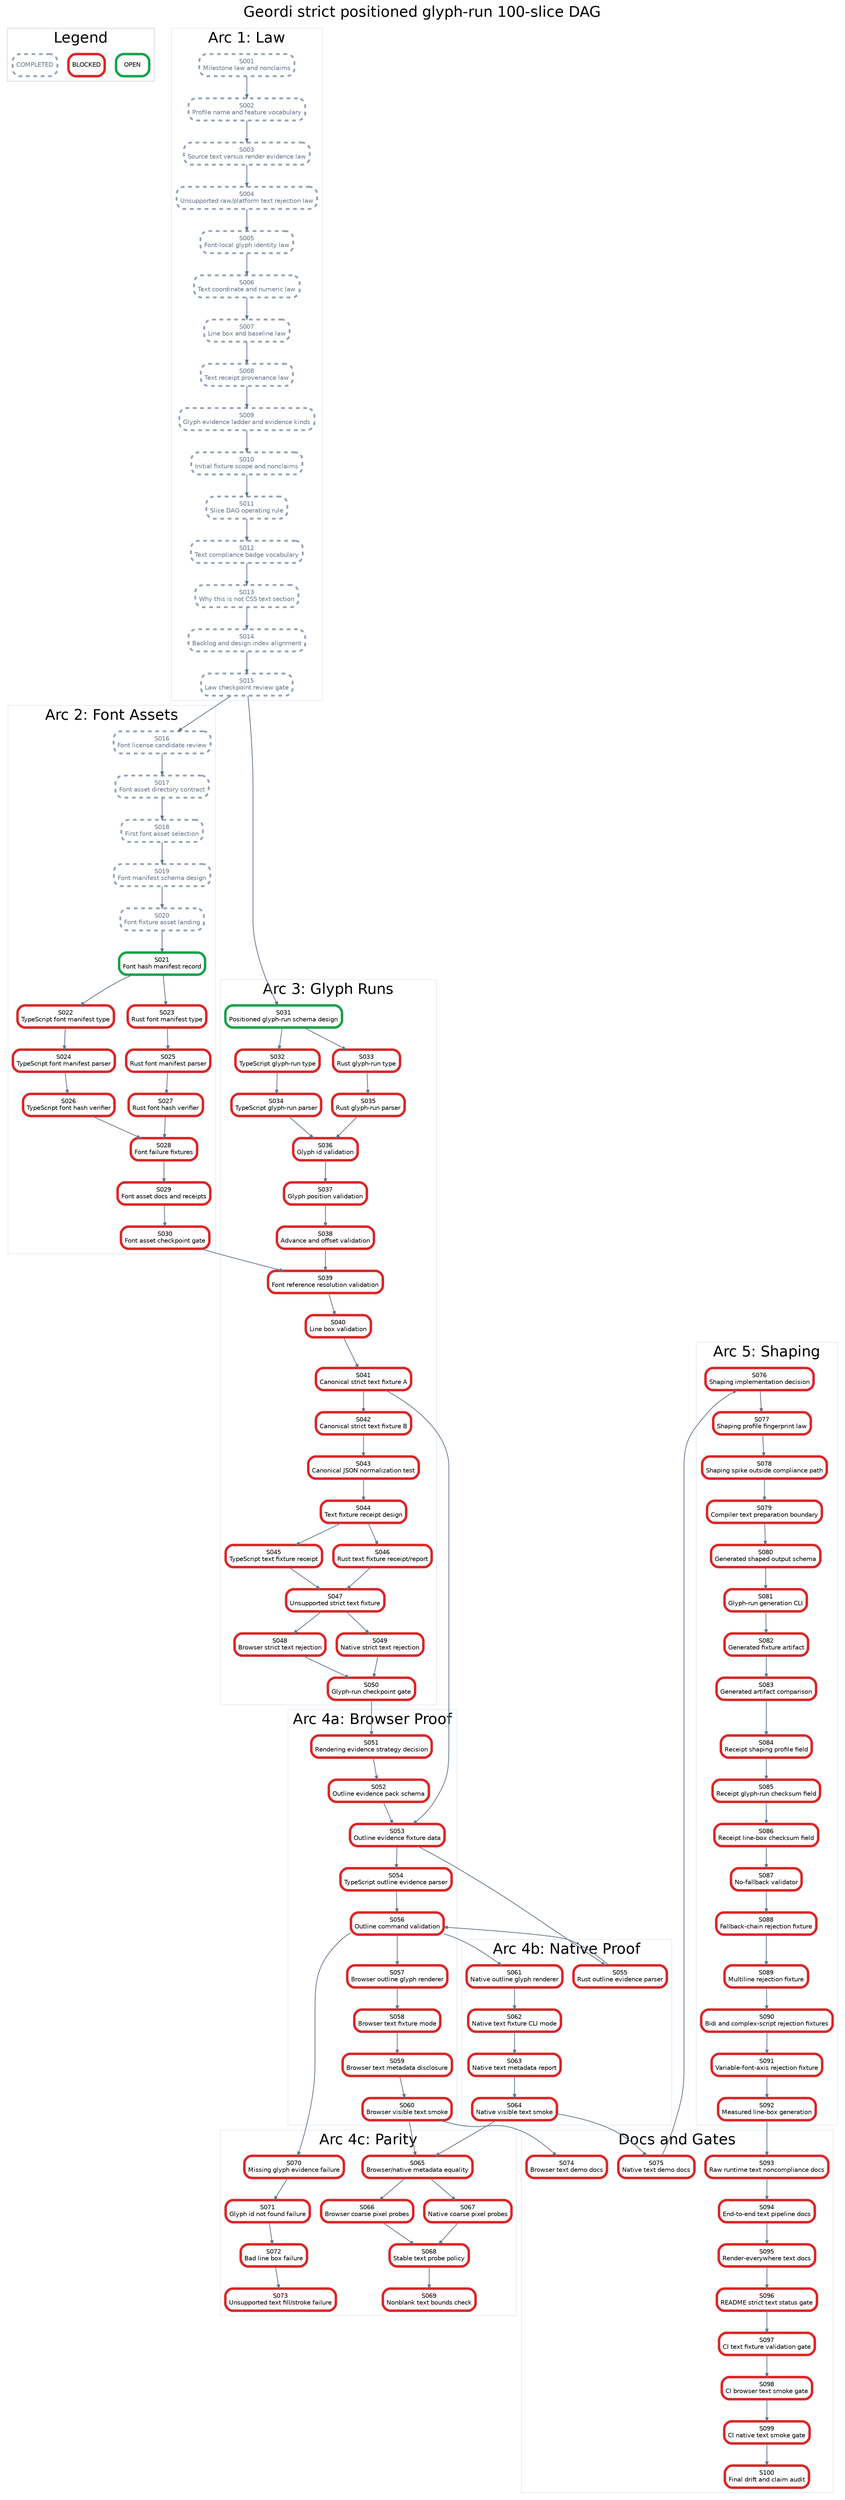
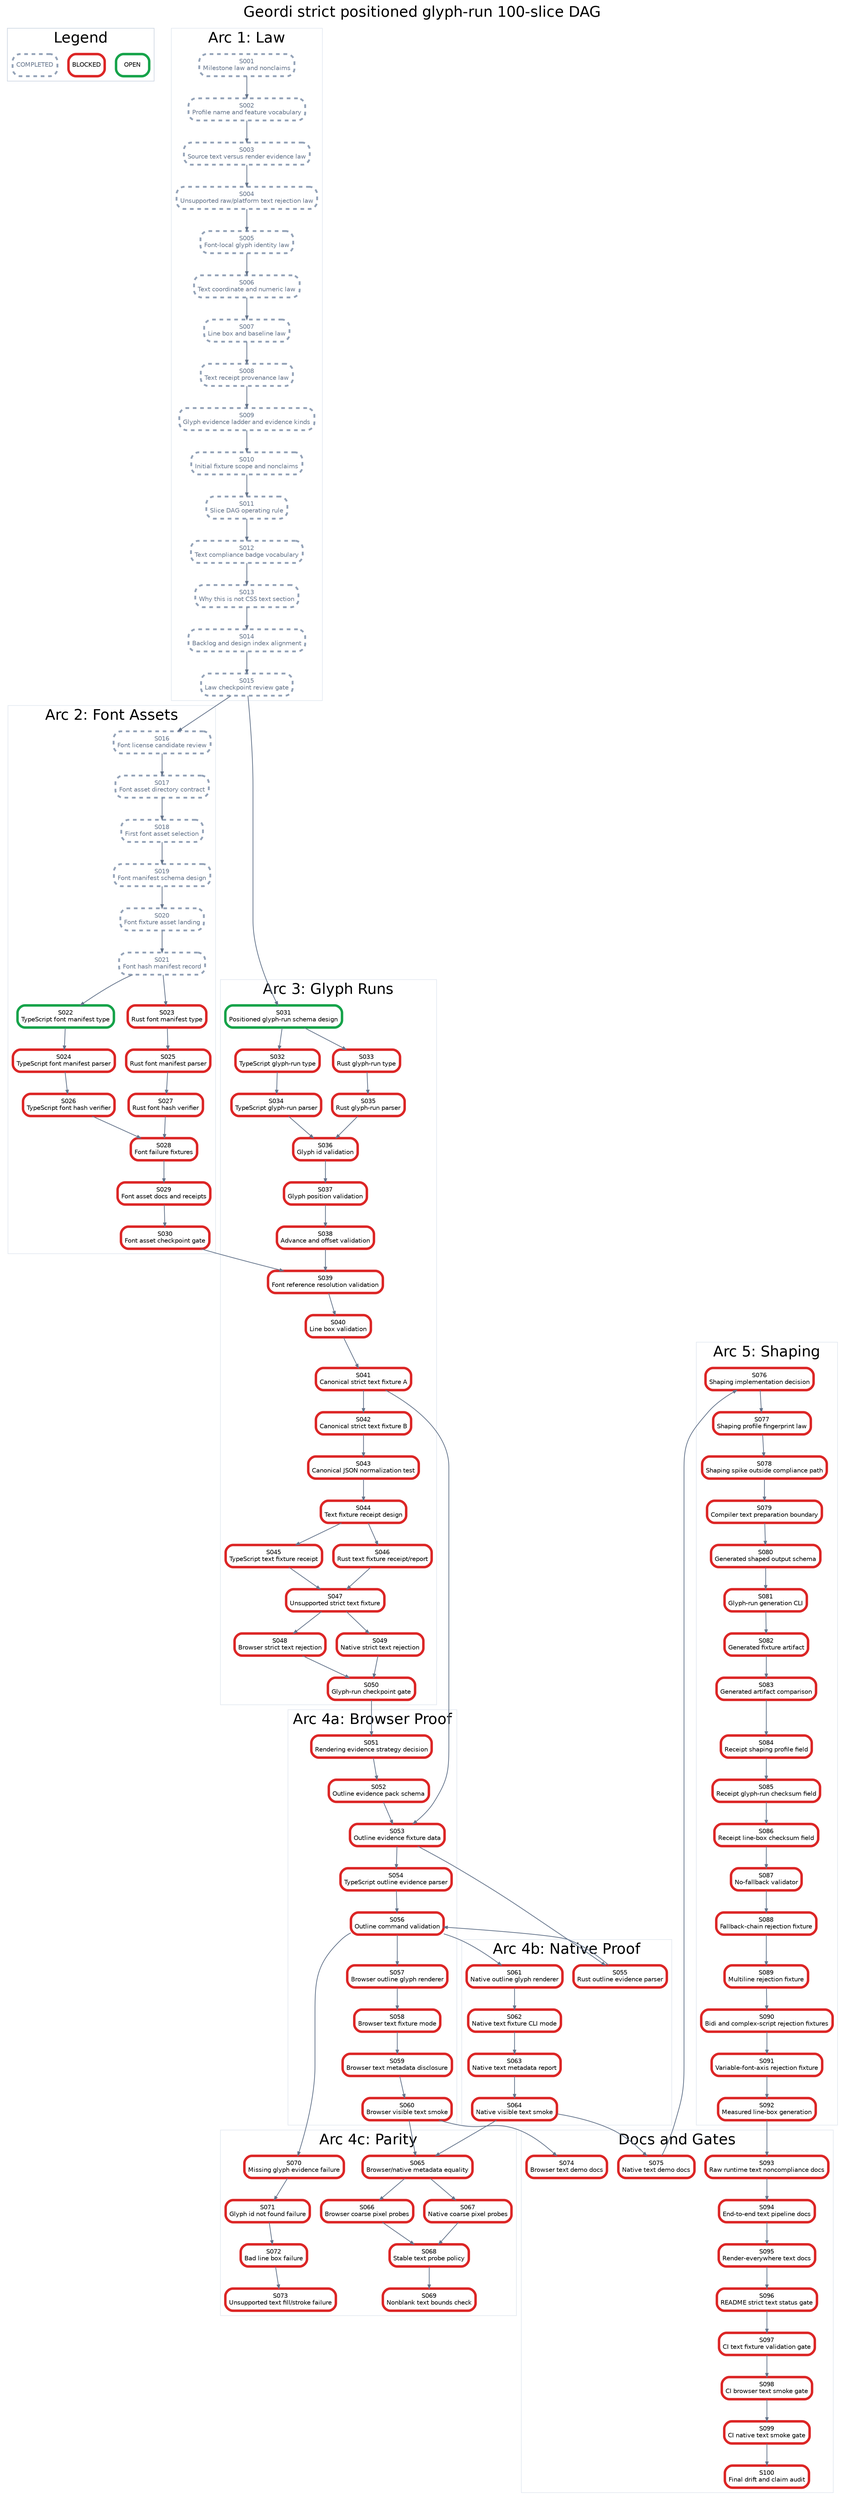
digraph StrictPositionedGlyphRunPlan {
  graph [rankdir=TB, bgcolor="white", fontname="Helvetica", label="Geordi strict positioned glyph-run 100-slice DAG", labelloc="t", fontsize=24];
  node [shape=box, style="rounded,filled", fillcolor="white", fontname="Helvetica", fontsize=10, margin="0.08,0.05"];
  edge [color="#64748b", arrowsize=0.6, penwidth=1.2];

  subgraph cluster_legend {
    label="Legend";
    color="#cbd5e1";
    legend_open [label="OPEN", color="#16a34a", penwidth=4];
    legend_blocked [label="BLOCKED", color="#dc2626", penwidth=4];
    legend_done [label="COMPLETED", color="#94a3b8", penwidth=3, style="rounded,filled,dashed", fontcolor="#64748b"];
  }

  subgraph cluster_law {
    label="Arc 1: Law";
    color="#e2e8f0";
    S001 [label="S001\nMilestone law and nonclaims", color="#94a3b8", penwidth=3, style="rounded,filled,dashed", fontcolor="#64748b"];
    S002 [label="S002\nProfile name and feature vocabulary", color="#94a3b8", penwidth=3, style="rounded,filled,dashed", fontcolor="#64748b"];
    S003 [label="S003\nSource text versus render evidence law", color="#94a3b8", penwidth=3, style="rounded,filled,dashed", fontcolor="#64748b"];
    S004 [label="S004\nUnsupported raw/platform text rejection law", color="#94a3b8", penwidth=3, style="rounded,filled,dashed", fontcolor="#64748b"];
    S005 [label="S005\nFont-local glyph identity law", color="#94a3b8", penwidth=3, style="rounded,filled,dashed", fontcolor="#64748b"];
    S006 [label="S006\nText coordinate and numeric law", color="#94a3b8", penwidth=3, style="rounded,filled,dashed", fontcolor="#64748b"];
    S007 [label="S007\nLine box and baseline law", color="#94a3b8", penwidth=3, style="rounded,filled,dashed", fontcolor="#64748b"];
    S008 [label="S008\nText receipt provenance law", color="#94a3b8", penwidth=3, style="rounded,filled,dashed", fontcolor="#64748b"];
    S009 [label="S009\nGlyph evidence ladder and evidence kinds", color="#94a3b8", penwidth=3, style="rounded,filled,dashed", fontcolor="#64748b"];
    S010 [label="S010\nInitial fixture scope and nonclaims", color="#94a3b8", penwidth=3, style="rounded,filled,dashed", fontcolor="#64748b"];
    S011 [label="S011\nSlice DAG operating rule", color="#94a3b8", penwidth=3, style="rounded,filled,dashed", fontcolor="#64748b"];
    S012 [label="S012\nText compliance badge vocabulary", color="#94a3b8", penwidth=3, style="rounded,filled,dashed", fontcolor="#64748b"];
    S013 [label="S013\nWhy this is not CSS text section", color="#94a3b8", penwidth=3, style="rounded,filled,dashed", fontcolor="#64748b"];
    S014 [label="S014\nBacklog and design index alignment", color="#94a3b8", penwidth=3, style="rounded,filled,dashed", fontcolor="#64748b"];
    S015 [label="S015\nLaw checkpoint review gate", color="#94a3b8", penwidth=3, style="rounded,filled,dashed", fontcolor="#64748b"];
  }

  subgraph cluster_assets {
    label="Arc 2: Font Assets";
    color="#e2e8f0";
    S016 [label="S016\nFont license candidate review", color="#94a3b8", penwidth=3, style="rounded,filled,dashed", fontcolor="#64748b"];
    S017 [label="S017\nFont asset directory contract", color="#94a3b8", penwidth=3, style="rounded,filled,dashed", fontcolor="#64748b"];
    S018 [label="S018\nFirst font asset selection", color="#94a3b8", penwidth=3, style="rounded,filled,dashed", fontcolor="#64748b"];
    S019 [label="S019\nFont manifest schema design", color="#94a3b8", penwidth=3, style="rounded,filled,dashed", fontcolor="#64748b"];
    S020 [label="S020\nFont fixture asset landing", color="#94a3b8", penwidth=3, style="rounded,filled,dashed", fontcolor="#64748b"];
-     S021 [label="S021\nFont hash manifest record", color="#16a34a", penwidth=4];
-     S022 [label="S022\nTypeScript font manifest type", color="#dc2626", penwidth=4];
+     S021 [label="S021\nFont hash manifest record", color="#94a3b8", penwidth=3, style="rounded,filled,dashed", fontcolor="#64748b"];
+     S022 [label="S022\nTypeScript font manifest type", color="#16a34a", penwidth=4];
    S023 [label="S023\nRust font manifest type", color="#dc2626", penwidth=4];
    S024 [label="S024\nTypeScript font manifest parser", color="#dc2626", penwidth=4];
    S025 [label="S025\nRust font manifest parser", color="#dc2626", penwidth=4];
    S026 [label="S026\nTypeScript font hash verifier", color="#dc2626", penwidth=4];
    S027 [label="S027\nRust font hash verifier", color="#dc2626", penwidth=4];
    S028 [label="S028\nFont failure fixtures", color="#dc2626", penwidth=4];
    S029 [label="S029\nFont asset docs and receipts", color="#dc2626", penwidth=4];
    S030 [label="S030\nFont asset checkpoint gate", color="#dc2626", penwidth=4];
  }

  subgraph cluster_glyph {
    label="Arc 3: Glyph Runs";
    color="#e2e8f0";
    S031 [label="S031\nPositioned glyph-run schema design", color="#16a34a", penwidth=4];
    S032 [label="S032\nTypeScript glyph-run type", color="#dc2626", penwidth=4];
    S033 [label="S033\nRust glyph-run type", color="#dc2626", penwidth=4];
    S034 [label="S034\nTypeScript glyph-run parser", color="#dc2626", penwidth=4];
    S035 [label="S035\nRust glyph-run parser", color="#dc2626", penwidth=4];
    S036 [label="S036\nGlyph id validation", color="#dc2626", penwidth=4];
    S037 [label="S037\nGlyph position validation", color="#dc2626", penwidth=4];
    S038 [label="S038\nAdvance and offset validation", color="#dc2626", penwidth=4];
    S039 [label="S039\nFont reference resolution validation", color="#dc2626", penwidth=4];
    S040 [label="S040\nLine box validation", color="#dc2626", penwidth=4];
    S041 [label="S041\nCanonical strict text fixture A", color="#dc2626", penwidth=4];
    S042 [label="S042\nCanonical strict text fixture B", color="#dc2626", penwidth=4];
    S043 [label="S043\nCanonical JSON normalization test", color="#dc2626", penwidth=4];
    S044 [label="S044\nText fixture receipt design", color="#dc2626", penwidth=4];
    S045 [label="S045\nTypeScript text fixture receipt", color="#dc2626", penwidth=4];
    S046 [label="S046\nRust text fixture receipt/report", color="#dc2626", penwidth=4];
    S047 [label="S047\nUnsupported strict text fixture", color="#dc2626", penwidth=4];
    S048 [label="S048\nBrowser strict text rejection", color="#dc2626", penwidth=4];
    S049 [label="S049\nNative strict text rejection", color="#dc2626", penwidth=4];
    S050 [label="S050\nGlyph-run checkpoint gate", color="#dc2626", penwidth=4];
  }

  subgraph cluster_browser {
    label="Arc 4a: Browser Proof";
    color="#e2e8f0";
    S051 [label="S051\nRendering evidence strategy decision", color="#dc2626", penwidth=4];
    S052 [label="S052\nOutline evidence pack schema", color="#dc2626", penwidth=4];
    S053 [label="S053\nOutline evidence fixture data", color="#dc2626", penwidth=4];
    S054 [label="S054\nTypeScript outline evidence parser", color="#dc2626", penwidth=4];
    S056 [label="S056\nOutline command validation", color="#dc2626", penwidth=4];
    S057 [label="S057\nBrowser outline glyph renderer", color="#dc2626", penwidth=4];
    S058 [label="S058\nBrowser text fixture mode", color="#dc2626", penwidth=4];
    S059 [label="S059\nBrowser text metadata disclosure", color="#dc2626", penwidth=4];
    S060 [label="S060\nBrowser visible text smoke", color="#dc2626", penwidth=4];
  }

  subgraph cluster_native {
    label="Arc 4b: Native Proof";
    color="#e2e8f0";
    S055 [label="S055\nRust outline evidence parser", color="#dc2626", penwidth=4];
    S061 [label="S061\nNative outline glyph renderer", color="#dc2626", penwidth=4];
    S062 [label="S062\nNative text fixture CLI mode", color="#dc2626", penwidth=4];
    S063 [label="S063\nNative text metadata report", color="#dc2626", penwidth=4];
    S064 [label="S064\nNative visible text smoke", color="#dc2626", penwidth=4];
  }

  subgraph cluster_parity {
    label="Arc 4c: Parity";
    color="#e2e8f0";
    S065 [label="S065\nBrowser/native metadata equality", color="#dc2626", penwidth=4];
    S066 [label="S066\nBrowser coarse pixel probes", color="#dc2626", penwidth=4];
    S067 [label="S067\nNative coarse pixel probes", color="#dc2626", penwidth=4];
    S068 [label="S068\nStable text probe policy", color="#dc2626", penwidth=4];
    S069 [label="S069\nNonblank text bounds check", color="#dc2626", penwidth=4];
    S070 [label="S070\nMissing glyph evidence failure", color="#dc2626", penwidth=4];
    S071 [label="S071\nGlyph id not found failure", color="#dc2626", penwidth=4];
    S072 [label="S072\nBad line box failure", color="#dc2626", penwidth=4];
    S073 [label="S073\nUnsupported text fill/stroke failure", color="#dc2626", penwidth=4];
  }

  subgraph cluster_shaping {
    label="Arc 5: Shaping";
    color="#e2e8f0";
    S076 [label="S076\nShaping implementation decision", color="#dc2626", penwidth=4];
    S077 [label="S077\nShaping profile fingerprint law", color="#dc2626", penwidth=4];
    S078 [label="S078\nShaping spike outside compliance path", color="#dc2626", penwidth=4];
    S079 [label="S079\nCompiler text preparation boundary", color="#dc2626", penwidth=4];
    S080 [label="S080\nGenerated shaped output schema", color="#dc2626", penwidth=4];
    S081 [label="S081\nGlyph-run generation CLI", color="#dc2626", penwidth=4];
    S082 [label="S082\nGenerated fixture artifact", color="#dc2626", penwidth=4];
    S083 [label="S083\nGenerated artifact comparison", color="#dc2626", penwidth=4];
    S084 [label="S084\nReceipt shaping profile field", color="#dc2626", penwidth=4];
    S085 [label="S085\nReceipt glyph-run checksum field", color="#dc2626", penwidth=4];
    S086 [label="S086\nReceipt line-box checksum field", color="#dc2626", penwidth=4];
    S087 [label="S087\nNo-fallback validator", color="#dc2626", penwidth=4];
    S088 [label="S088\nFallback-chain rejection fixture", color="#dc2626", penwidth=4];
    S089 [label="S089\nMultiline rejection fixture", color="#dc2626", penwidth=4];
    S090 [label="S090\nBidi and complex-script rejection fixtures", color="#dc2626", penwidth=4];
    S091 [label="S091\nVariable-font-axis rejection fixture", color="#dc2626", penwidth=4];
    S092 [label="S092\nMeasured line-box generation", color="#dc2626", penwidth=4];
  }

  subgraph cluster_docs {
    label="Docs and Gates";
    color="#e2e8f0";
    S074 [label="S074\nBrowser text demo docs", color="#dc2626", penwidth=4];
    S075 [label="S075\nNative text demo docs", color="#dc2626", penwidth=4];
    S093 [label="S093\nRaw runtime text noncompliance docs", color="#dc2626", penwidth=4];
    S094 [label="S094\nEnd-to-end text pipeline docs", color="#dc2626", penwidth=4];
    S095 [label="S095\nRender-everywhere text docs", color="#dc2626", penwidth=4];
    S096 [label="S096\nREADME strict text status gate", color="#dc2626", penwidth=4];
    S097 [label="S097\nCI text fixture validation gate", color="#dc2626", penwidth=4];
    S098 [label="S098\nCI browser text smoke gate", color="#dc2626", penwidth=4];
    S099 [label="S099\nCI native text smoke gate", color="#dc2626", penwidth=4];
    S100 [label="S100\nFinal drift and claim audit", color="#dc2626", penwidth=4];
  }

  S001 -> S002;
  S002 -> S003;
  S003 -> S004;
  S004 -> S005;
  S005 -> S006;
  S006 -> S007;
  S007 -> S008;
  S008 -> S009;
  S009 -> S010;
  S010 -> S011;
  S011 -> S012;
  S012 -> S013;
  S013 -> S014;
  S014 -> S015;
  S015 -> S016;
  S016 -> S017;
  S017 -> S018;
  S018 -> S019;
  S019 -> S020;
  S020 -> S021;
  S021 -> S022;
  S021 -> S023;
  S022 -> S024;
  S023 -> S025;
  S024 -> S026;
  S025 -> S027;
  S026 -> S028;
  S027 -> S028;
  S028 -> S029;
  S029 -> S030;
  S015 -> S031;
  S031 -> S032;
  S031 -> S033;
  S032 -> S034;
  S033 -> S035;
  S034 -> S036;
  S035 -> S036;
  S036 -> S037;
  S037 -> S038;
  S038 -> S039;
  S039 -> S040;
  S030 -> S039;
  S040 -> S041;
  S041 -> S042;
  S042 -> S043;
  S043 -> S044;
  S044 -> S045;
  S044 -> S046;
  S045 -> S047;
  S046 -> S047;
  S047 -> S048;
  S047 -> S049;
  S048 -> S050;
  S049 -> S050;
  S050 -> S051;
  S051 -> S052;
  S052 -> S053;
  S041 -> S053;
  S053 -> S054;
  S053 -> S055;
  S054 -> S056;
  S055 -> S056;
  S056 -> S057;
  S057 -> S058;
  S058 -> S059;
  S059 -> S060;
  S056 -> S061;
  S061 -> S062;
  S062 -> S063;
  S063 -> S064;
  S060 -> S065;
  S064 -> S065;
  S065 -> S066;
  S065 -> S067;
  S066 -> S068;
  S067 -> S068;
  S068 -> S069;
  S056 -> S070;
  S070 -> S071;
  S071 -> S072;
  S072 -> S073;
  S060 -> S074;
  S064 -> S075;
  S075 -> S076;
  S076 -> S077;
  S077 -> S078;
  S078 -> S079;
  S079 -> S080;
  S080 -> S081;
  S081 -> S082;
  S082 -> S083;
  S083 -> S084;
  S084 -> S085;
  S085 -> S086;
  S086 -> S087;
  S087 -> S088;
  S088 -> S089;
  S089 -> S090;
  S090 -> S091;
  S091 -> S092;
  S092 -> S093;
  S093 -> S094;
  S094 -> S095;
  S095 -> S096;
  S096 -> S097;
  S097 -> S098;
  S098 -> S099;
  S099 -> S100;
}
